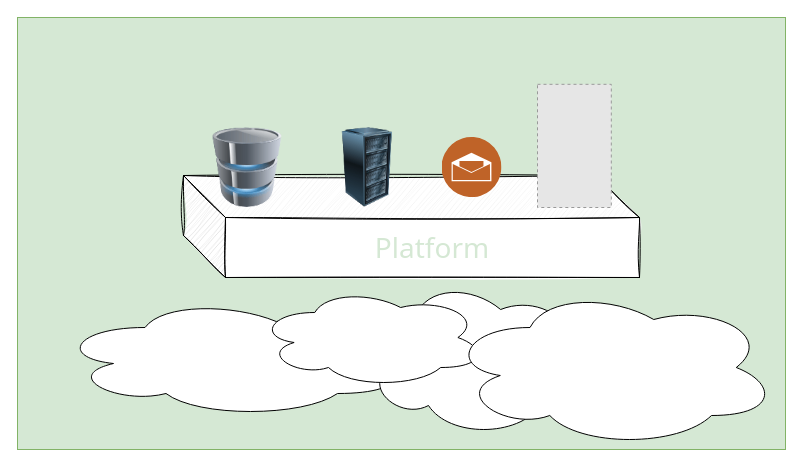
Above: assets/drawio/hero-tales_from_startup_and_its_evolving_architecture.drawio in steffenmueller4/steffenmueller4.github.io (draw.io), before the change. Source tidied: cells renumbered, new cells numbered last; positions are measured from the earlier drawing's top-left corner, leaving out a move shared by most shapes. Both pictures are drawn from the tidied source at 100%, with x=0, y=0 at pixel (17, 17). Pictures stored in the file or linked from it are replaced by grey dashed boxes.
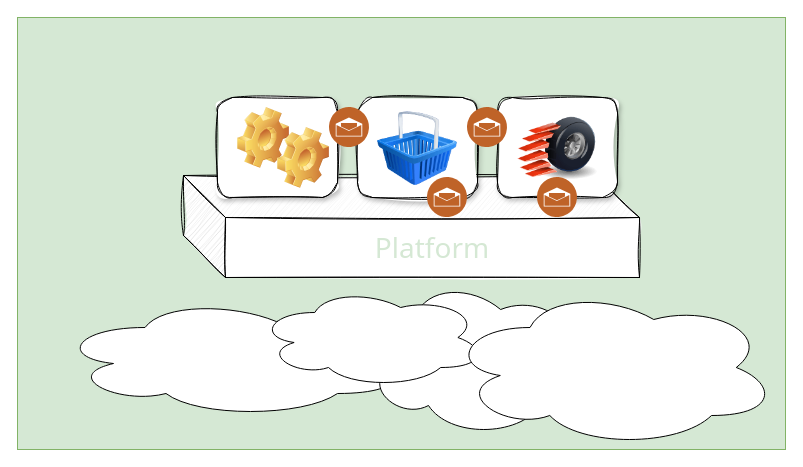
The same page after the edit.

What changed in the source:
```diff
@@
 <mxGraphModel>
   <root>
     <mxCell id="0" />
     <mxCell id="1" parent="0" />
     <mxCell id="2" style="rounded=0;whiteSpace=wrap;html=1;imageWidth=200;imageHeight=24;fillColor=#D5E8D4;strokeColor=#82b366;gradientDirection=west;imageAspect=0;" parent="1" vertex="1">
       <mxGeometry width="768" height="432" as="geometry" />
     </mxCell>
     <mxCell id="3" style="shape=cube;whiteSpace=wrap;html=1;boundedLbl=1;backgroundOutline=1;darkOpacity=0.05;darkOpacity2=0.1;size=42;sketch=1;curveFitting=1;jiggle=2;" parent="1" vertex="1">
       <mxGeometry x="166" y="158" width="456" height="102" as="geometry" />
     </mxCell>
     <mxCell id="4" style="ellipse;shape=cloud;whiteSpace=wrap;html=1;" parent="1" vertex="1">
       <mxGeometry x="40" y="280" width="350" height="120" as="geometry" />
     </mxCell>
     <mxCell id="5" style="ellipse;shape=cloud;whiteSpace=wrap;html=1;" parent="1" vertex="1">
       <mxGeometry x="340" y="260" width="229" height="160" as="geometry" />
     </mxCell>
     <mxCell id="6" style="ellipse;shape=cloud;whiteSpace=wrap;html=1;" parent="1" vertex="1">
       <mxGeometry x="240" y="270" width="229" height="100" as="geometry" />
     </mxCell>
     <mxCell id="7" style="ellipse;shape=cloud;whiteSpace=wrap;html=1;" parent="1" vertex="1">
       <mxGeometry x="430" y="270" width="330" height="160" as="geometry" />
     </mxCell>
     <mxCell id="8" value="Platform" style="text;html=1;strokeColor=none;fillColor=none;align=center;verticalAlign=middle;whiteSpace=wrap;rounded=0;fontColor=#D5E8D4;fontSize=28;fontFamily=Tahoma;shadow=1;" parent="1" vertex="1">
       <mxGeometry x="210" y="200" width="410" height="60" as="geometry" />
     </mxCell>
-    <mxCell id="9" style="image;html=1;image=img/lib/clip_art/computers/Database_128x128.png;" parent="1" vertex="1">
-      <mxGeometry x="190" y="110" width="80" height="80" as="geometry" />
-    </mxCell>
-    <mxCell id="10" style="image;html=1;image=img/lib/clip_art/computers/Server_Rack_128x128.png;" parent="1" vertex="1">
-      <mxGeometry x="310" y="110" width="80" height="80" as="geometry" />
-    </mxCell>
-    <mxCell id="11" style="image;perimeter=ellipsePerimeter;html=1;align=center;shadow=0;dashed=0;fontColor=#4277BB;labelBackgroundColor=default;fontSize=12;spacingTop=3;image=img/lib/ibm/social/messaging.svg;" parent="1" vertex="1">
-      <mxGeometry x="424.5" y="120" width="60" height="60" as="geometry" />
-    </mxCell>
-    <mxCell id="12" style="fillColor=#E6E6E6;strokeColor=#999999;dashed=1;verticalLabelPosition=bottom;labelBackgroundColor=default;verticalAlign=top;" parent="1" vertex="1">
-      <mxGeometry x="520" y="66.8" width="73.8" height="123.2" as="geometry" />
-    </mxCell>
+    <mxCell id="13" style="rounded=1;whiteSpace=wrap;html=1;glass=0;sketch=1;curveFitting=1;jiggle=2;shadow=1;" parent="1" vertex="1">
+      <mxGeometry x="200" y="80" width="120" height="100" as="geometry" />
+    </mxCell>
+    <mxCell id="14" style="rounded=1;whiteSpace=wrap;html=1;glass=0;sketch=1;curveFitting=1;jiggle=2;shadow=1;" parent="1" vertex="1">
+      <mxGeometry x="340" y="80" width="120" height="100" as="geometry" />
+    </mxCell>
+    <mxCell id="15" style="rounded=1;whiteSpace=wrap;html=1;glass=0;sketch=1;curveFitting=1;jiggle=2;shadow=1;" parent="1" vertex="1">
+      <mxGeometry x="480" y="80" width="120" height="100" as="geometry" />
+    </mxCell>
+    <mxCell id="16" style="shape=image;html=1;verticalLabelPosition=bottom;verticalAlign=top;imageAspect=1;image=img/clipart/Gear_128x128.png;" parent="1" vertex="1">
+      <mxGeometry x="220" y="90" width="52" height="61" as="geometry" />
+    </mxCell>
+    <mxCell id="17" style="shape=image;html=1;verticalLabelPosition=bottom;verticalAlign=top;imageAspect=1;image=img/clipart/Gear_128x128.png;" parent="1" vertex="1">
+      <mxGeometry x="260" y="110" width="52" height="61" as="geometry" />
+    </mxCell>
+    <mxCell id="18" style="image;html=1;image=img/lib/clip_art/finance/Shopping_Cart_128x128.png;" parent="1" vertex="1">
+      <mxGeometry x="360" y="91" width="80" height="80" as="geometry" />
+    </mxCell>
+    <mxCell id="19" style="image;html=1;image=img/lib/clip_art/general/Tire_128x128.png;" parent="1" vertex="1">
+      <mxGeometry x="500" y="91" width="80" height="80" as="geometry" />
+    </mxCell>
+    <mxCell id="20" style="image;perimeter=ellipsePerimeter;html=1;align=center;shadow=0;dashed=0;fontColor=#4277BB;labelBackgroundColor=default;fontSize=12;spacingTop=3;image=img/lib/ibm/social/messaging.svg;" parent="1" vertex="1">
+      <mxGeometry x="312" y="90" width="40" height="40" as="geometry" />
+    </mxCell>
+    <mxCell id="21" style="image;perimeter=ellipsePerimeter;html=1;align=center;shadow=0;dashed=0;fontColor=#4277BB;labelBackgroundColor=default;fontSize=12;spacingTop=3;image=img/lib/ibm/social/messaging.svg;" parent="1" vertex="1">
+      <mxGeometry x="450" y="90" width="40" height="40" as="geometry" />
+    </mxCell>
+    <mxCell id="22" style="image;perimeter=ellipsePerimeter;html=1;align=center;shadow=0;dashed=0;fontColor=#4277BB;labelBackgroundColor=default;fontSize=12;spacingTop=3;image=img/lib/ibm/social/messaging.svg;" parent="1" vertex="1">
+      <mxGeometry x="410" y="160" width="40" height="40" as="geometry" />
+    </mxCell>
+    <mxCell id="23" style="image;perimeter=ellipsePerimeter;html=1;align=center;shadow=0;dashed=0;fontColor=#4277BB;labelBackgroundColor=default;fontSize=12;spacingTop=3;image=img/lib/ibm/social/messaging.svg;" parent="1" vertex="1">
+      <mxGeometry x="520" y="160" width="40" height="40" as="geometry" />
+    </mxCell>
   </root>
 </mxGraphModel>
```
